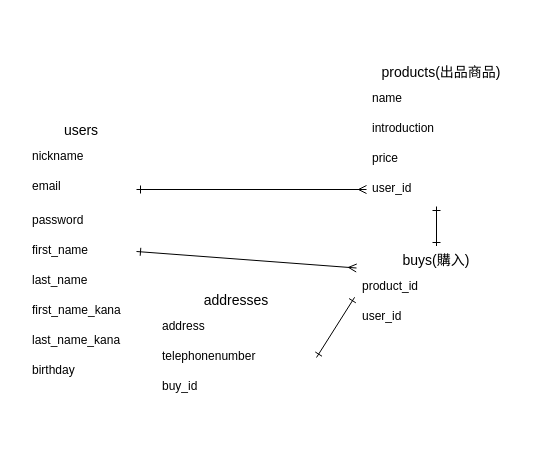
Above: furima-37953.dio in pyonkichimaru/furima-37953 (draw.io), before the change. Source tidied: cells renumbered, new cells numbered last; positions are measured from the earlier drawing's top-left corner, leaving out a move shared by most shapes. Both pictures are drawn from the tidied source at 100%, with x=0, y=0 at pixel (26, 58).
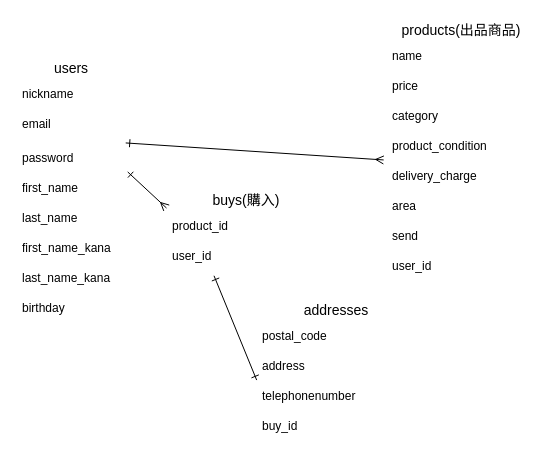
The same page after the edit.

Commit message (it also covers changes not shown here):
ER図とREADMEの再々修正

Unchanged cells that the change refers to:
```xml
<mxCell id="4" value="email" style="text;strokeColor=none;fillColor=none;spacingLeft=4;spacingRight=4;overflow=hidden;points=[[0,0.5],[1,0.5]];portConstraint=eastwest;fontSize=12;" parent="2" vertex="1">
  <mxGeometry y="56" width="110" height="34" as="geometry" />
</mxCell>
<mxCell id="5" value="password&#10;" style="text;strokeColor=none;fillColor=none;spacingLeft=4;spacingRight=4;overflow=hidden;points=[[0,0.5],[1,0.5]];portConstraint=eastwest;fontSize=12;verticalAlign=top;" parent="2" vertex="1">
  <mxGeometry y="90" width="110" height="30" as="geometry" />
</mxCell>
<mxCell id="6" value="first_name" style="text;strokeColor=none;fillColor=none;spacingLeft=4;spacingRight=4;overflow=hidden;points=[[0,0.5],[1,0.5]];portConstraint=eastwest;fontSize=12;verticalAlign=top;" parent="2" vertex="1">
  <mxGeometry y="120" width="110" height="30" as="geometry" />
</mxCell>
<mxCell id="19" value="user_id" style="text;strokeColor=none;fillColor=none;spacingLeft=4;spacingRight=4;overflow=hidden;points=[[0,0.5],[1,0.5]];portConstraint=eastwest;fontSize=12;" parent="17" vertex="1">
  <mxGeometry y="56" width="160" height="30" as="geometry" />
</mxCell>
```

What changed in the source:
```diff
@@
     <mxCell id="2" value="users" style="swimlane;fontStyle=0;horizontal=1;startSize=26;align=center;fontSize=14;strokeColor=#FFFFFF;" parent="1" vertex="1">
-      <mxGeometry y="58" width="110" height="270" as="geometry" />
+      <mxGeometry x="-10" y="-4" width="110" height="270" as="geometry" />
     </mxCell>
@@
     <mxCell id="11" value="products(出品商品)" style="swimlane;fontStyle=0;horizontal=1;startSize=26;align=center;fontSize=14;strokeColor=#FFFFFF;" parent="1" vertex="1">
-      <mxGeometry x="340" width="150" height="146" as="geometry" />
+      <mxGeometry x="360" y="-42" width="150" height="266" as="geometry" />
     </mxCell>
@@
+    <mxCell id="14" value="price" style="text;strokeColor=none;fillColor=none;spacingLeft=4;spacingRight=4;overflow=hidden;fontSize=12;" parent="11" vertex="1">
+      <mxGeometry y="56" width="150" height="30" as="geometry" />
+    </mxCell>
-    <mxCell id="13" value="introduction" style="text;strokeColor=none;fillColor=none;spacingLeft=4;spacingRight=4;overflow=hidden;fontSize=12;" parent="11" vertex="1">
-      <mxGeometry y="56" width="150" height="30" as="geometry" />
+    <mxCell id="13" value="category" style="text;strokeColor=none;fillColor=none;spacingLeft=4;spacingRight=4;overflow=hidden;fontSize=12;" parent="11" vertex="1">
+      <mxGeometry y="86" width="150" height="30" as="geometry" />
     </mxCell>
-    <mxCell id="14" value="price" style="text;strokeColor=none;fillColor=none;spacingLeft=4;spacingRight=4;overflow=hidden;fontSize=12;" parent="11" vertex="1">
-      <mxGeometry y="86" width="150" height="30" as="geometry" />
-    </mxCell>
+    <mxCell id="27" value="product_condition" style="text;strokeColor=none;fillColor=none;spacingLeft=4;spacingRight=4;overflow=hidden;points=[[0,0.5],[1,0.5]];portConstraint=eastwest;fontSize=12;" parent="11" vertex="1">
+      <mxGeometry y="116" width="150" height="30" as="geometry" />
+    </mxCell>
+    <mxCell id="28" value="delivery_charge" style="text;strokeColor=none;fillColor=none;spacingLeft=4;spacingRight=4;overflow=hidden;fontSize=12;" parent="11" vertex="1">
+      <mxGeometry y="146" width="150" height="30" as="geometry" />
+    </mxCell>
+    <mxCell id="29" value="area" style="text;strokeColor=none;fillColor=none;spacingLeft=4;spacingRight=4;overflow=hidden;fontSize=12;" parent="11" vertex="1">
+      <mxGeometry y="176" width="150" height="30" as="geometry" />
+    </mxCell>
+    <mxCell id="30" value="send" style="text;strokeColor=none;fillColor=none;spacingLeft=4;spacingRight=4;overflow=hidden;fontSize=12;" parent="11" vertex="1">
+      <mxGeometry y="206" width="150" height="30" as="geometry" />
+    </mxCell>
     <mxCell id="15" value="user_id" style="text;strokeColor=none;fillColor=none;spacingLeft=4;spacingRight=4;overflow=hidden;points=[[0,0.5],[1,0.5]];portConstraint=eastwest;fontSize=12;" parent="11" vertex="1">
-      <mxGeometry y="116" width="150" height="30" as="geometry" />
+      <mxGeometry y="236" width="150" height="30" as="geometry" />
     </mxCell>
-    <mxCell id="16" style="edgeStyle=none;html=1;startArrow=ERone;startFill=0;endArrow=ERone;endFill=0;" parent="1" edge="1" source="17">
-      <mxGeometry relative="1" as="geometry">
-        <mxPoint x="410" y="148" as="targetPoint" />
-      </mxGeometry>
-    </mxCell>
     <mxCell id="17" value="buys(購入)" style="swimlane;fontStyle=0;horizontal=1;startSize=26;align=center;fontSize=14;strokeColor=#FFFFFF;" parent="1" vertex="1">
-      <mxGeometry x="330" y="188" width="160" height="86" as="geometry" />
+      <mxGeometry x="140" y="128" width="160" height="86" as="geometry" />
     </mxCell>
@@
     <mxCell id="20" value="addresses" style="swimlane;fontStyle=0;horizontal=1;startSize=26;align=center;fontSize=14;strokeColor=#FFFFFF;" parent="1" vertex="1">
-      <mxGeometry x="130" y="228" width="160" height="116" as="geometry" />
+      <mxGeometry x="230" y="238" width="160" height="146" as="geometry" />
     </mxCell>
+    <mxCell id="31" value="postal_code" style="text;strokeColor=none;fillColor=none;spacingLeft=4;spacingRight=4;overflow=hidden;fontSize=12;" parent="20" vertex="1">
+      <mxGeometry y="26" width="160" height="30" as="geometry" />
+    </mxCell>
     <mxCell id="21" value="address" style="text;strokeColor=none;fillColor=none;spacingLeft=4;spacingRight=4;overflow=hidden;fontSize=12;" parent="20" vertex="1">
-      <mxGeometry y="26" width="160" height="30" as="geometry" />
+      <mxGeometry y="56" width="160" height="30" as="geometry" />
     </mxCell>
     <mxCell id="22" value="telephonenumber" style="text;strokeColor=none;fillColor=none;spacingLeft=4;spacingRight=4;overflow=hidden;points=[[0,0.5],[1,0.5]];portConstraint=eastwest;fontSize=12;" parent="20" vertex="1">
-      <mxGeometry y="56" width="160" height="30" as="geometry" />
+      <mxGeometry y="86" width="160" height="30" as="geometry" />
     </mxCell>
     <mxCell id="23" value="buy_id" style="text;strokeColor=none;fillColor=none;spacingLeft=4;spacingRight=4;overflow=hidden;fontSize=12;" parent="20" vertex="1">
-      <mxGeometry y="86" width="160" height="30" as="geometry" />
+      <mxGeometry y="116" width="160" height="30" as="geometry" />
     </mxCell>
-    <mxCell id="24" style="edgeStyle=none;html=1;exitX=1;exitY=0.5;exitDx=0;exitDy=0;entryX=-0.012;entryY=0.828;entryDx=0;entryDy=0;entryPerimeter=0;startArrow=ERone;startFill=0;endArrow=ERone;endFill=0;" parent="1" edge="1" source="22">
-      <mxGeometry relative="1" as="geometry">
-        <mxPoint x="328.1" y="238.8" as="targetPoint" />
-      </mxGeometry>
+    <mxCell id="24" style="edgeStyle=none;html=1;exitX=0.001;exitY=-0.081;exitDx=0;exitDy=0;startArrow=ERone;startFill=0;endArrow=ERone;endFill=0;exitPerimeter=0;entryX=0.297;entryY=1.109;entryDx=0;entryDy=0;entryPerimeter=0;" parent="1" edge="1" source="22" target="19">
+      <mxGeometry relative="1" as="geometry" />
     </mxCell>
-    <mxCell id="25" style="edgeStyle=none;html=1;exitX=1;exitY=0.5;exitDx=0;exitDy=0;startArrow=ERone;startFill=0;endArrow=ERmany;endFill=0;" parent="1" edge="1" source="4" target="15">
+    <mxCell id="25" style="edgeStyle=none;html=1;exitX=0.993;exitY=-0.052;exitDx=0;exitDy=0;startArrow=ERone;startFill=0;endArrow=ERmany;endFill=0;entryX=-0.019;entryY=0.915;entryDx=0;entryDy=0;exitPerimeter=0;entryPerimeter=0;" parent="1" edge="1" source="5" target="27">
       <mxGeometry relative="1" as="geometry" />
     </mxCell>
-    <mxCell id="26" style="edgeStyle=none;html=1;exitX=1;exitY=0.5;exitDx=0;exitDy=0;entryX=0;entryY=0.25;entryDx=0;entryDy=0;startArrow=ERone;startFill=0;endArrow=ERmany;endFill=0;" parent="1" edge="1" source="6" target="17">
+    <mxCell id="26" style="edgeStyle=none;html=1;exitX=1.011;exitY=-0.085;exitDx=0;exitDy=0;entryX=0;entryY=0.25;entryDx=0;entryDy=0;startArrow=ERone;startFill=0;endArrow=ERmany;endFill=0;exitPerimeter=0;" parent="1" edge="1" source="6" target="17">
       <mxGeometry relative="1" as="geometry" />
     </mxCell>
```
